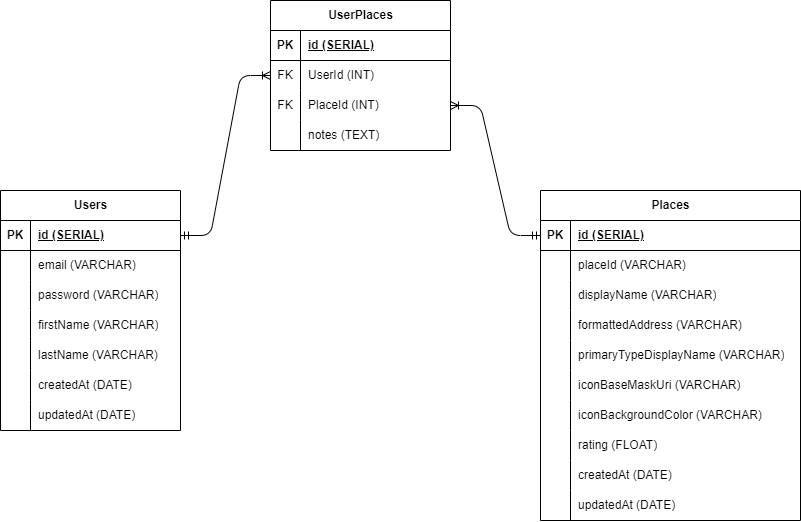
The draw.io diagram server/erd.drawio.png in zen-geohub/IP-RMT59, before a commit. Source tidied: cells renumbered, new cells last; positions are measured from the earlier drawing's top-left corner, leaving out a move shared by most shapes.
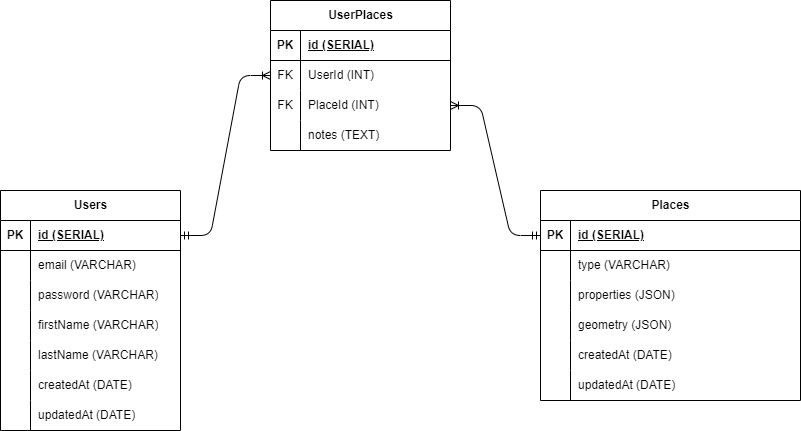
After the change.

The edit, as a diff of the source:
```diff
@@ -69,7 +69,7 @@
       <mxGeometry x="30" width="150" height="30" as="geometry" />
     </mxCell>
     <mxCell id="24" value="Places" style="shape=table;startSize=30;rowLines=0;fontStyle=1;align=center;html=1;" parent="1" vertex="1">
-      <mxGeometry x="540" y="190" width="260" height="330" as="geometry" />
+      <mxGeometry x="540" y="190" width="260" height="210" as="geometry" />
     </mxCell>
     <mxCell id="25" style="shape=tableRow;horizontal=0;startSize=0;swimlaneHead=0;swimlaneBody=0;fillColor=none;points=[[0,0.5],[1,0.5]];portConstraint=eastwest;top=0;left=0;right=0;bottom=1;" parent="24" vertex="1">
       <mxGeometry y="30" width="260" height="30" as="geometry" />
@@ -83,68 +83,32 @@
     <mxCell id="28" style="shape=tableRow;horizontal=0;startSize=0;swimlaneHead=0;swimlaneBody=0;fillColor=none;top=0;left=0;right=0;bottom=0;" parent="24" vertex="1">
       <mxGeometry y="60" width="260" height="30" as="geometry" />
     </mxCell>
-    <mxCell id="29" style="shape=partialRectangle;fillColor=none;top=0;left=0;bottom=0;right=0;overflow=hidden;whiteSpace=wrap;html=1;" parent="28" vertex="1">
-      <mxGeometry width="30" height="30" as="geometry" />
-    </mxCell>
-    <mxCell id="30" value="placeId (VARCHAR)" style="shape=partialRectangle;fillColor=none;top=0;left=0;bottom=0;right=0;align=left;spacingLeft=6;overflow=hidden;whiteSpace=wrap;html=1;" parent="28" vertex="1">
-      <mxGeometry x="30" width="230" height="30" as="geometry" />
-    </mxCell>
-    <mxCell id="31" style="shape=tableRow;horizontal=0;startSize=0;swimlaneHead=0;swimlaneBody=0;fillColor=none;top=0;left=0;right=0;bottom=0;" parent="24" vertex="1">
-      <mxGeometry y="90" width="260" height="30" as="geometry" />
-    </mxCell>
-    <mxCell id="32" style="shape=partialRectangle;fillColor=none;top=0;left=0;bottom=0;right=0;overflow=hidden;whiteSpace=wrap;html=1;" parent="31" vertex="1">
-      <mxGeometry width="30" height="30" as="geometry" />
-    </mxCell>
-    <mxCell id="33" value="displayName (VARCHAR)" style="shape=partialRectangle;fillColor=none;top=0;left=0;bottom=0;right=0;align=left;spacingLeft=6;overflow=hidden;whiteSpace=wrap;html=1;" parent="31" vertex="1">
-      <mxGeometry x="30" width="230" height="30" as="geometry" />
-    </mxCell>
-    <mxCell id="34" style="shape=tableRow;horizontal=0;startSize=0;swimlaneHead=0;swimlaneBody=0;fillColor=none;top=0;left=0;right=0;bottom=0;" parent="24" vertex="1">
-      <mxGeometry y="120" width="260" height="30" as="geometry" />
-    </mxCell>
-    <mxCell id="35" style="shape=partialRectangle;fillColor=none;top=0;left=0;bottom=0;right=0;overflow=hidden;whiteSpace=wrap;html=1;" parent="34" vertex="1">
-      <mxGeometry width="30" height="30" as="geometry" />
-    </mxCell>
-    <mxCell id="36" value="formattedAddress (VARCHAR)" style="shape=partialRectangle;fillColor=none;top=0;left=0;bottom=0;right=0;align=left;spacingLeft=6;overflow=hidden;whiteSpace=wrap;html=1;" parent="34" vertex="1">
-      <mxGeometry x="30" width="230" height="30" as="geometry" />
-    </mxCell>
-    <mxCell id="37" style="shape=tableRow;horizontal=0;startSize=0;swimlaneHead=0;swimlaneBody=0;fillColor=none;top=0;left=0;right=0;bottom=0;" parent="24" vertex="1">
-      <mxGeometry y="150" width="260" height="30" as="geometry" />
-    </mxCell>
-    <mxCell id="38" style="shape=partialRectangle;fillColor=none;top=0;left=0;bottom=0;right=0;overflow=hidden;whiteSpace=wrap;html=1;" parent="37" vertex="1">
-      <mxGeometry width="30" height="30" as="geometry" />
-    </mxCell>
-    <mxCell id="39" value="primaryTypeDisplayName (VARCHAR)" style="shape=partialRectangle;fillColor=none;top=0;left=0;bottom=0;right=0;align=left;spacingLeft=6;overflow=hidden;whiteSpace=wrap;html=1;" parent="37" vertex="1">
-      <mxGeometry x="30" width="230" height="30" as="geometry" />
-    </mxCell>
-    <mxCell id="40" style="shape=tableRow;horizontal=0;startSize=0;swimlaneHead=0;swimlaneBody=0;fillColor=none;top=0;left=0;right=0;bottom=0;" parent="24" vertex="1">
-      <mxGeometry y="180" width="260" height="30" as="geometry" />
-    </mxCell>
-    <mxCell id="41" style="shape=partialRectangle;fillColor=none;top=0;left=0;bottom=0;right=0;overflow=hidden;whiteSpace=wrap;html=1;" parent="40" vertex="1">
-      <mxGeometry width="30" height="30" as="geometry" />
-    </mxCell>
-    <mxCell id="42" value="iconBaseMaskUri (VARCHAR)" style="shape=partialRectangle;fillColor=none;top=0;left=0;bottom=0;right=0;align=left;spacingLeft=6;overflow=hidden;whiteSpace=wrap;html=1;" parent="40" vertex="1">
-      <mxGeometry x="30" width="230" height="30" as="geometry" />
-    </mxCell>
+    <mxCell id="70" style="shape=partialRectangle;fillColor=none;top=0;left=0;bottom=0;right=0;overflow=hidden;whiteSpace=wrap;html=1;" parent="28" vertex="1">
+      <mxGeometry width="30" height="30" as="geometry" />
+    </mxCell>
+    <mxCell id="71" value="type (VARCHAR)" style="shape=partialRectangle;fillColor=none;top=0;left=0;bottom=0;right=0;align=left;spacingLeft=6;overflow=hidden;whiteSpace=wrap;html=1;" parent="28" vertex="1">
+      <mxGeometry x="30" width="230" height="30" as="geometry" />
+    </mxCell>
     <mxCell id="43" style="shape=tableRow;horizontal=0;startSize=0;swimlaneHead=0;swimlaneBody=0;fillColor=none;top=0;left=0;right=0;bottom=0;" parent="24" vertex="1">
-      <mxGeometry y="210" width="260" height="30" as="geometry" />
+      <mxGeometry y="90" width="260" height="30" as="geometry" />
     </mxCell>
     <mxCell id="44" style="shape=partialRectangle;fillColor=none;top=0;left=0;bottom=0;right=0;overflow=hidden;whiteSpace=wrap;html=1;" parent="43" vertex="1">
       <mxGeometry width="30" height="30" as="geometry" />
     </mxCell>
-    <mxCell id="45" value="iconBackgroundColor (VARCHAR)" style="shape=partialRectangle;fillColor=none;top=0;left=0;bottom=0;right=0;align=left;spacingLeft=6;overflow=hidden;whiteSpace=wrap;html=1;" parent="43" vertex="1">
+    <mxCell id="45" value="properties (JSON)" style="shape=partialRectangle;fillColor=none;top=0;left=0;bottom=0;right=0;align=left;spacingLeft=6;overflow=hidden;whiteSpace=wrap;html=1;" parent="43" vertex="1">
       <mxGeometry x="30" width="230" height="30" as="geometry" />
     </mxCell>
     <mxCell id="46" style="shape=tableRow;horizontal=0;startSize=0;swimlaneHead=0;swimlaneBody=0;fillColor=none;top=0;left=0;right=0;bottom=0;" parent="24" vertex="1">
-      <mxGeometry y="240" width="260" height="30" as="geometry" />
+      <mxGeometry y="120" width="260" height="30" as="geometry" />
     </mxCell>
     <mxCell id="47" style="shape=partialRectangle;fillColor=none;top=0;left=0;bottom=0;right=0;overflow=hidden;whiteSpace=wrap;html=1;" parent="46" vertex="1">
       <mxGeometry width="30" height="30" as="geometry" />
     </mxCell>
-    <mxCell id="48" value="rating (FLOAT)" style="shape=partialRectangle;fillColor=none;top=0;left=0;bottom=0;right=0;align=left;spacingLeft=6;overflow=hidden;whiteSpace=wrap;html=1;" parent="46" vertex="1">
+    <mxCell id="48" value="geometry (JSON)" style="shape=partialRectangle;fillColor=none;top=0;left=0;bottom=0;right=0;align=left;spacingLeft=6;overflow=hidden;whiteSpace=wrap;html=1;" parent="46" vertex="1">
       <mxGeometry x="30" width="230" height="30" as="geometry" />
     </mxCell>
     <mxCell id="49" style="shape=tableRow;horizontal=0;startSize=0;swimlaneHead=0;swimlaneBody=0;fillColor=none;top=0;left=0;right=0;bottom=0;" parent="24" vertex="1">
-      <mxGeometry y="270" width="260" height="30" as="geometry" />
+      <mxGeometry y="150" width="260" height="30" as="geometry" />
     </mxCell>
     <mxCell id="50" style="shape=partialRectangle;fillColor=none;top=0;left=0;bottom=0;right=0;overflow=hidden;whiteSpace=wrap;html=1;" parent="49" vertex="1">
       <mxGeometry width="30" height="30" as="geometry" />
@@ -153,7 +117,7 @@
       <mxGeometry x="30" width="230" height="30" as="geometry" />
     </mxCell>
     <mxCell id="52" style="shape=tableRow;horizontal=0;startSize=0;swimlaneHead=0;swimlaneBody=0;fillColor=none;top=0;left=0;right=0;bottom=0;" parent="24" vertex="1">
-      <mxGeometry y="300" width="260" height="30" as="geometry" />
+      <mxGeometry y="180" width="260" height="30" as="geometry" />
     </mxCell>
     <mxCell id="53" style="shape=partialRectangle;fillColor=none;top=0;left=0;bottom=0;right=0;overflow=hidden;whiteSpace=wrap;html=1;" parent="52" vertex="1">
       <mxGeometry width="30" height="30" as="geometry" />
```
